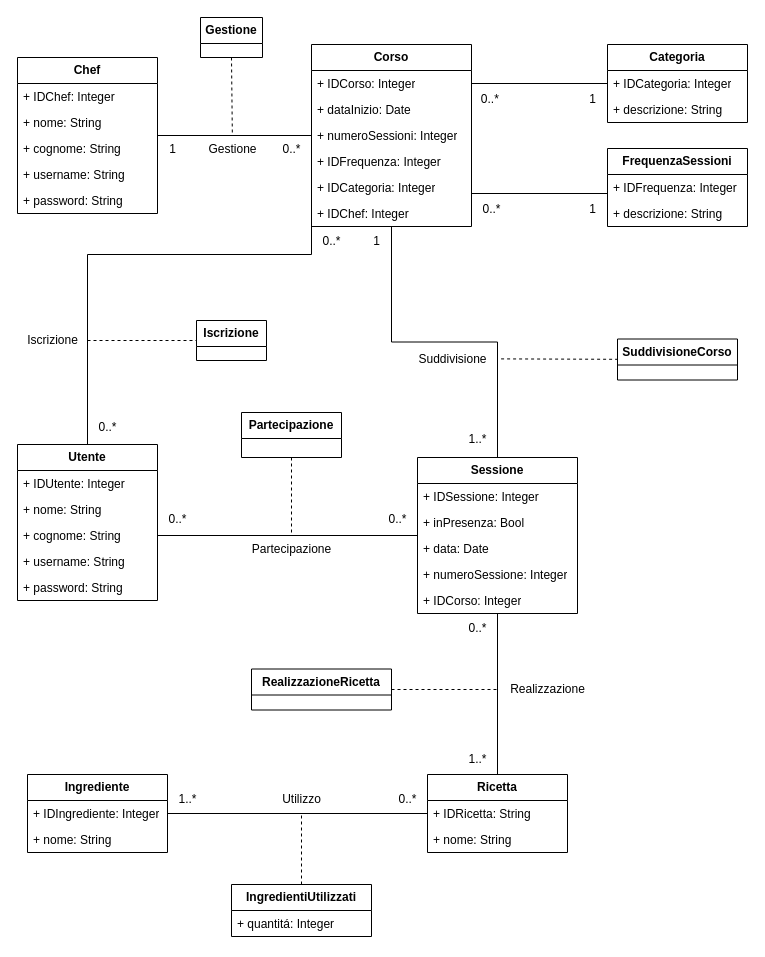
Earlier version of the draw.io diagram Ristrutturazione/UMLRistrutturato.drawio (AntoEsposito/UninaFoodLabDatabase). Source tidied: cells renumbered, new cells numbered last; positions are measured from the earlier drawing's top-left corner, leaving out a move shared by most shapes. Both pictures are drawn from the tidied source at 100%, with x=0, y=0 at pixel (17, 17).
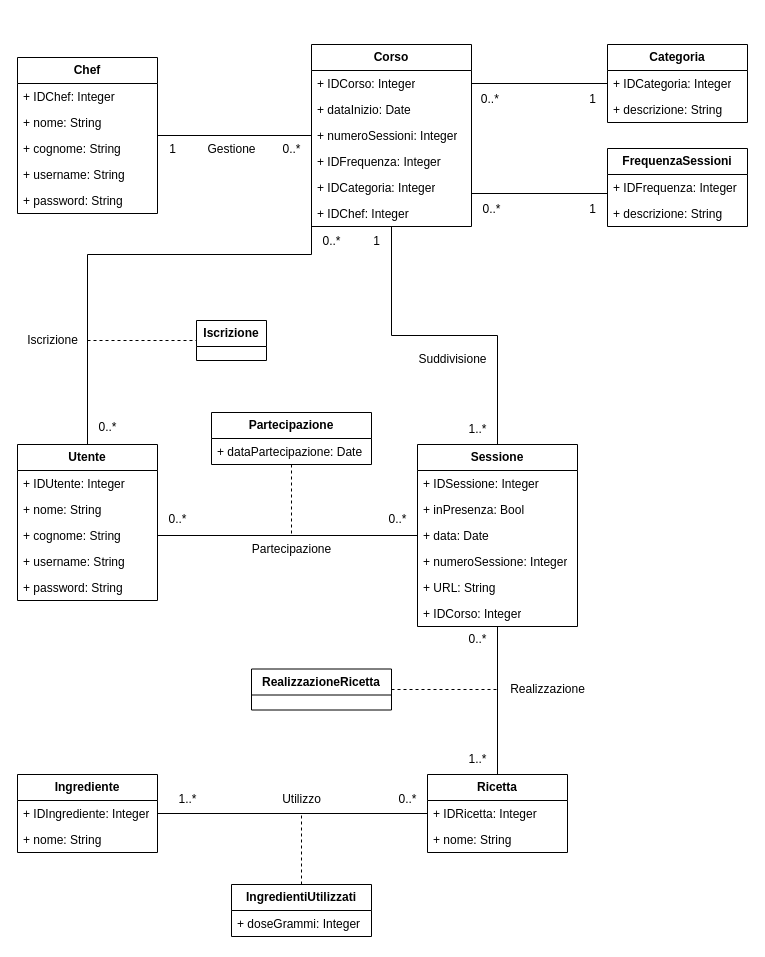
The same diagram, later.

Unchanged cells that the change refers to:
```xml
<mxCell id="47" value="Suddivisione" style="text;html=1;align=center;verticalAlign=middle;points=[];strokeColor=none;fillColor=none;" parent="1" vertex="1">
  <mxGeometry x="390" y="327" width="90" height="30" as="geometry" />
</mxCell>
<mxCell id="61" value="&lt;b&gt;Ricetta&lt;/b&gt;" style="swimlane;fontStyle=0;horizontal=1;startSize=26;fillColor=none;whiteSpace=wrap;html=1;" parent="1" vertex="1">
  <mxGeometry x="410" y="757" width="140" height="78" as="geometry" />
</mxCell>
<mxCell id="76" value="&lt;b&gt;IngredientiUtilizzati&lt;/b&gt;" style="swimlane;fontStyle=0;horizontal=1;startSize=26;fillColor=none;whiteSpace=wrap;html=1;" parent="1" vertex="1">
  <mxGeometry x="214" y="867" width="140" height="52" as="geometry" />
</mxCell>
```

What changed in the source:
```diff
@@
-    <mxCell id="30" style="endArrow=none;dashed=1;html=1;rounded=0;exitX=0.5;exitY=1;exitDx=0;exitDy=0;" parent="1" edge="1" source="31" target="32">
-      <mxGeometry relative="1" as="geometry" />
-    </mxCell>
-    <mxCell id="31" value="&lt;b&gt;Gestione&lt;/b&gt;" style="swimlane;fontStyle=0;horizontal=1;startSize=26;fillColor=none;whiteSpace=wrap;html=1;" parent="1" vertex="1">
-      <mxGeometry x="183" width="62" height="40" as="geometry" />
-    </mxCell>
-    <mxCell id="32" value="Gestione" style="text;html=1;align=center;verticalAlign=middle;points=[];strokeColor=none;fillColor=none;" parent="1" vertex="1">
-      <mxGeometry x="180" y="117" width="70" height="30" as="geometry" />
-    </mxCell>
@@
     <mxCell id="41" value="&lt;b&gt;Sessione&lt;/b&gt;" style="swimlane;fontStyle=0;horizontal=1;startSize=26;fillColor=none;whiteSpace=wrap;html=1;" parent="1" vertex="1">
-      <mxGeometry x="400" y="440" width="160" height="156" as="geometry" />
+      <mxGeometry x="400" y="427" width="160" height="182" as="geometry" />
     </mxCell>
@@
+    <mxCell id="82" value="+ URL: String" style="text;strokeColor=none;fillColor=none;align=left;verticalAlign=top;spacingLeft=4;spacingRight=4;overflow=hidden;whiteSpace=wrap;html=1;" parent="41" vertex="1">
+      <mxGeometry y="130" width="160" height="26" as="geometry" />
+    </mxCell>
     <mxCell id="46" value="+ IDCorso: Integer" style="text;strokeColor=none;fillColor=none;align=left;verticalAlign=top;spacingLeft=4;spacingRight=4;overflow=hidden;whiteSpace=wrap;html=1;" parent="41" vertex="1">
-      <mxGeometry y="130" width="160" height="26" as="geometry" />
+      <mxGeometry y="156" width="160" height="26" as="geometry" />
     </mxCell>
@@
     <mxCell id="48" value="1..*" style="text;html=1;align=center;verticalAlign=middle;strokeColor=none;fillColor=none;" parent="1" vertex="1">
-      <mxGeometry x="440" y="407" width="40" height="30" as="geometry" />
+      <mxGeometry x="440" y="397" width="40" height="30" as="geometry" />
     </mxCell>
@@
-    <mxCell id="50" value="&lt;b&gt;SuddivisioneCorso&lt;/b&gt;" style="swimlane;fontStyle=0;horizontal=1;startSize=26;fillColor=none;whiteSpace=wrap;html=1;" parent="1" vertex="1">
-      <mxGeometry x="600" y="321.5" width="120" height="41" as="geometry" />
-    </mxCell>
-    <mxCell id="51" style="endArrow=none;dashed=1;html=1;rounded=0;exitX=1.04;exitY=0.48;exitDx=0;exitDy=0;exitPerimeter=0;" parent="1" edge="1" source="47" target="50">
-      <mxGeometry relative="1" as="geometry" />
-    </mxCell>
@@
     <mxCell id="57" value="&lt;b&gt;Partecipazione&lt;/b&gt;" style="swimlane;fontStyle=0;horizontal=1;startSize=26;fillColor=none;whiteSpace=wrap;html=1;" parent="1" vertex="1">
-      <mxGeometry x="224" y="395" width="100" height="45" as="geometry" />
+      <mxGeometry x="194" y="395" width="160" height="52" as="geometry" />
     </mxCell>
+    <mxCell id="83" value="+ dataPartecipazione: Date" style="text;strokeColor=none;fillColor=none;align=left;verticalAlign=top;spacingLeft=4;spacingRight=4;overflow=hidden;whiteSpace=wrap;html=1;" parent="57" vertex="1">
+      <mxGeometry y="26" width="160" height="26" as="geometry" />
+    </mxCell>
@@
-    <mxCell id="62" value="+ IDRicetta: String" style="text;strokeColor=none;fillColor=none;align=left;verticalAlign=top;spacingLeft=4;spacingRight=4;overflow=hidden;whiteSpace=wrap;html=1;" parent="61" vertex="1">
+    <mxCell id="62" value="+ IDRicetta: Integer" style="text;strokeColor=none;fillColor=none;align=left;verticalAlign=top;spacingLeft=4;spacingRight=4;overflow=hidden;whiteSpace=wrap;html=1;" parent="61" vertex="1">
       <mxGeometry y="26" width="140" height="26" as="geometry" />
     </mxCell>
@@
     <mxCell id="69" value="0..*" style="text;html=1;align=center;verticalAlign=middle;strokeColor=none;fillColor=none;" parent="1" vertex="1">
-      <mxGeometry x="440" y="596" width="40" height="30" as="geometry" />
+      <mxGeometry x="440" y="607" width="40" height="30" as="geometry" />
     </mxCell>
     <mxCell id="70" value="&lt;b&gt;Ingrediente&lt;/b&gt;" style="swimlane;fontStyle=0;horizontal=1;startSize=26;fillColor=none;whiteSpace=wrap;html=1;" parent="1" vertex="1">
-      <mxGeometry x="10" y="757" width="140" height="78" as="geometry" />
+      <mxGeometry y="757" width="140" height="78" as="geometry" />
     </mxCell>
@@
-    <mxCell id="77" value="+ quantitá: Integer" style="text;strokeColor=none;fillColor=none;align=left;verticalAlign=top;spacingLeft=4;spacingRight=4;overflow=hidden;whiteSpace=wrap;html=1;" parent="76" vertex="1">
+    <mxCell id="77" value="+ doseGrammi: Integer" style="text;strokeColor=none;fillColor=none;align=left;verticalAlign=top;spacingLeft=4;spacingRight=4;overflow=hidden;whiteSpace=wrap;html=1;" parent="76" vertex="1">
       <mxGeometry y="26" width="140" height="26" as="geometry" />
     </mxCell>
@@
+    <mxCell id="32" value="Gestione" style="text;html=1;align=center;verticalAlign=middle;points=[];strokeColor=none;fillColor=none;" parent="1" vertex="1">
+      <mxGeometry x="179" y="117" width="70" height="30" as="geometry" />
+    </mxCell>
```
